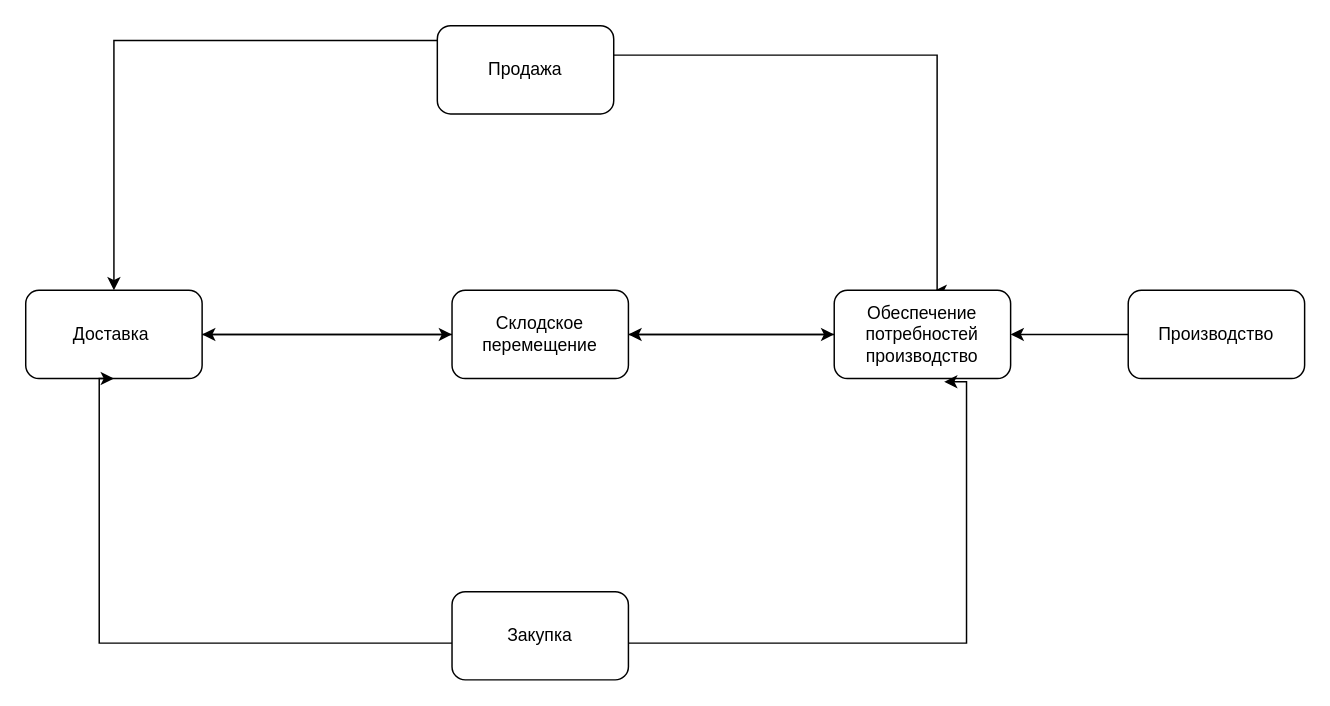
Above: Диаграмма без названия.drawio in bolda1995/Diagram_1c (draw.io), before the change. Source tidied: cells renumbered, new cells numbered last; positions are measured from the earlier drawing's top-left corner, leaving out a move shared by most shapes. Both pictures are drawn from the tidied source at 147%, with x=0, y=0 at pixel (25, 25).
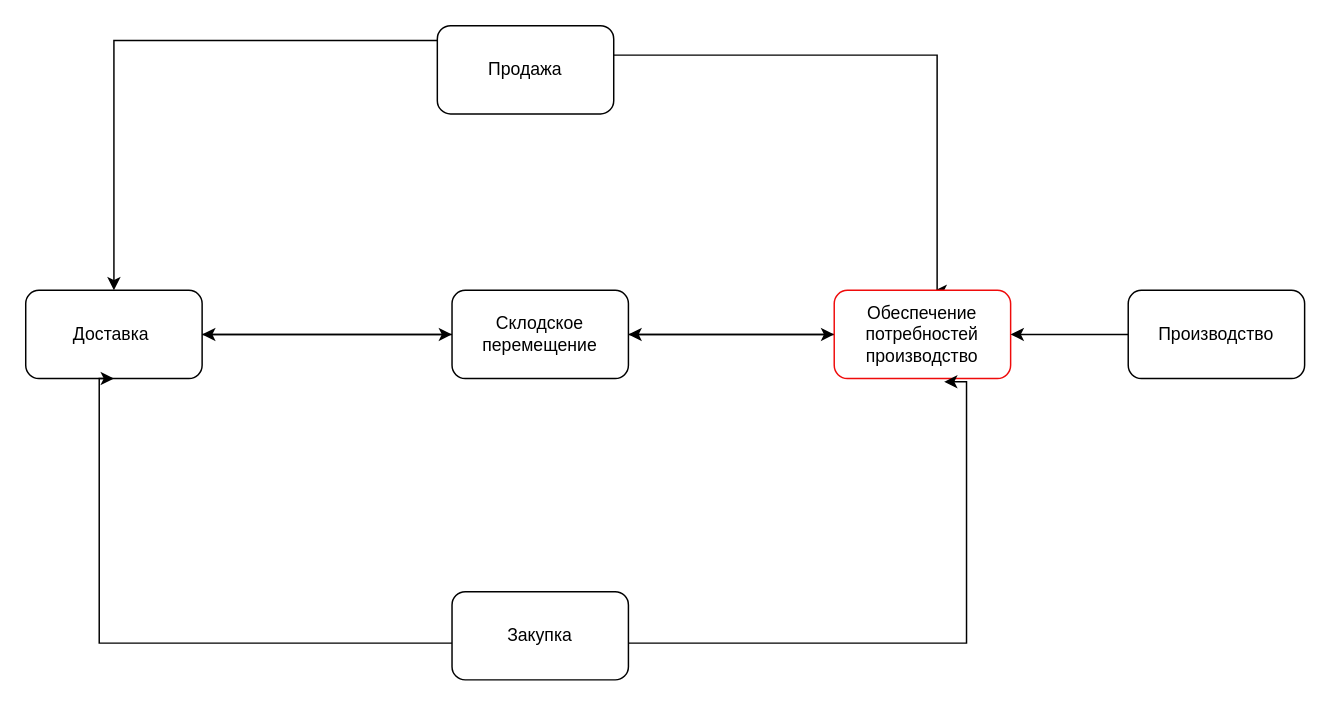
The same page after the edit.

Diff of the diagram source:
```diff
@@
-    <mxCell id="11" value="Обеспечение потребностей производство" style="rounded=1;whiteSpace=wrap;html=1;" parent="1" vertex="1">
+    <mxCell id="11" value="Обеспечение потребностей производство" style="rounded=1;whiteSpace=wrap;html=1;strokeColor=#ef0b0b;" parent="1" vertex="1">
       <mxGeometry x="550" y="180" width="120" height="60" as="geometry" />
     </mxCell>
```
